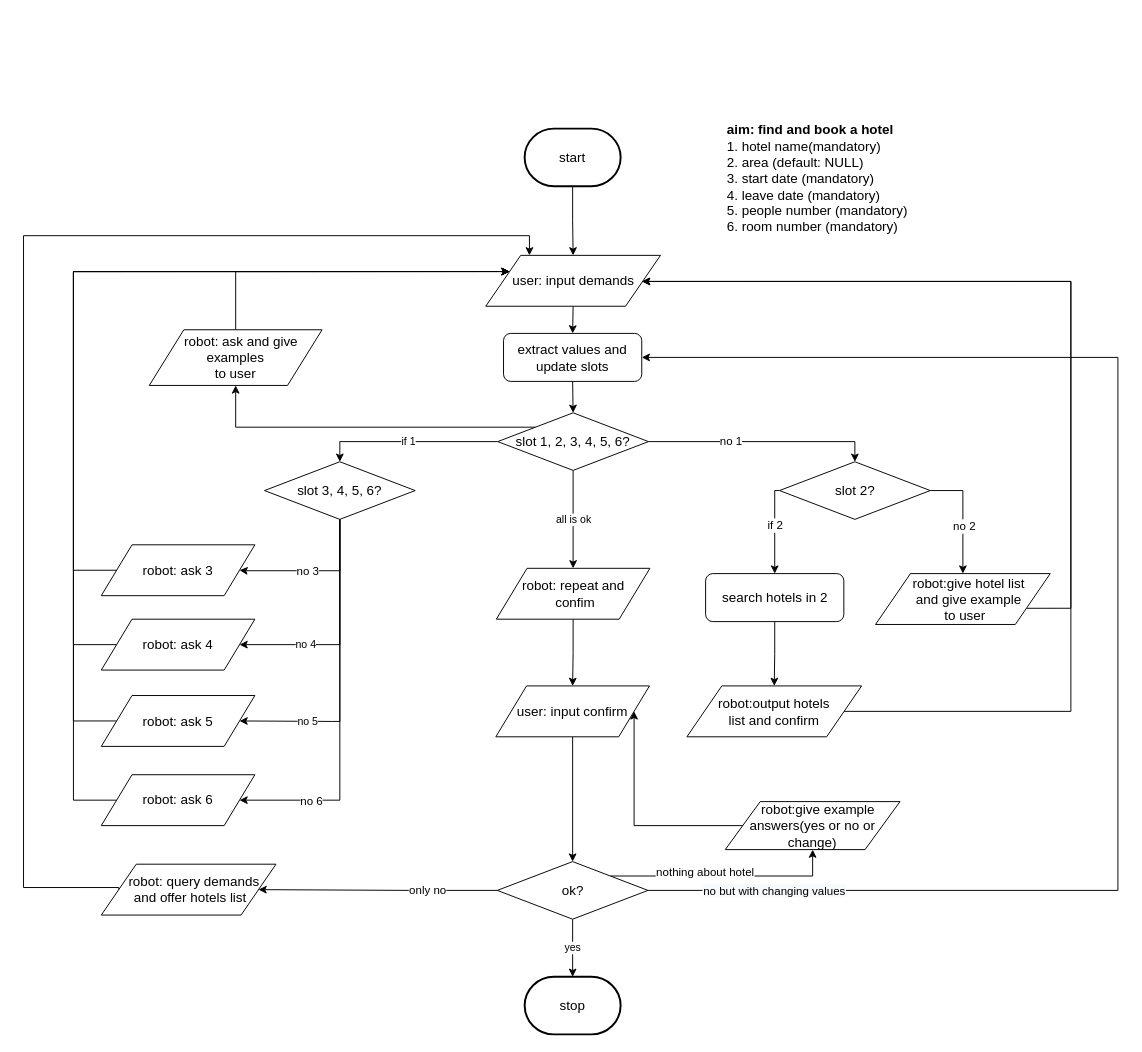
Before: flow_diagram/living.drawio in ricosr/travel_consult_chatbot, a draw.io diagram. Source tidied: cells renumbered, new cells numbered last; positions are measured from the earlier drawing's top-left corner, leaving out a move shared by most shapes. Both pictures are drawn from the tidied source at 96%, with x=0, y=0 at pixel (23, 129).
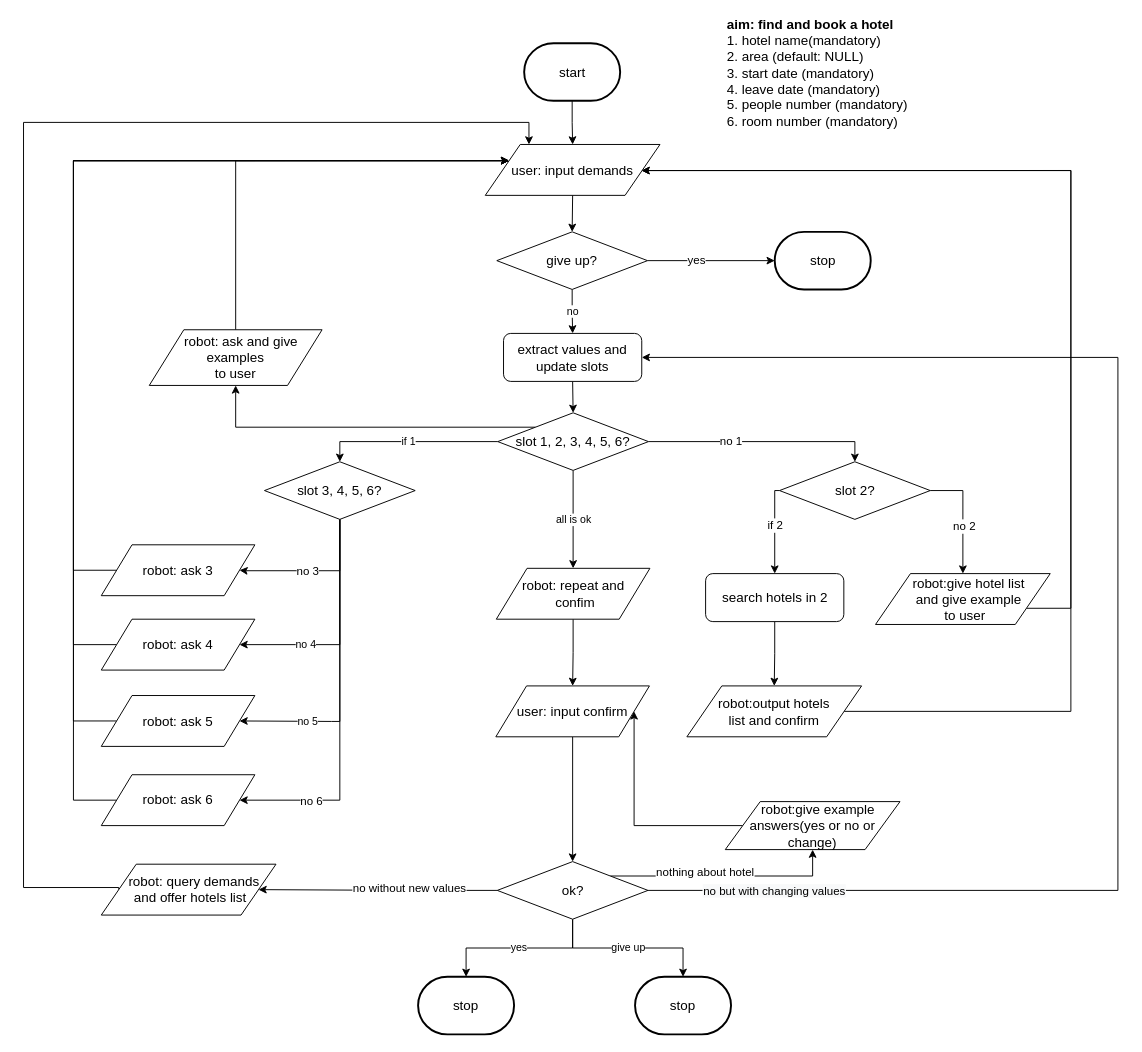
The same diagram, later.

The change refers to these unchanged cells:
```xml
<mxCell id="27" style="edgeStyle=orthogonalEdgeStyle;rounded=0;jettySize=auto;html=1;exitX=0;exitY=0.5;exitDx=0;exitDy=0;entryX=1;entryY=0.5;entryDx=0;entryDy=0;" parent="1" edge="1" source="31" target="33">
  <mxGeometry relative="1" as="geometry">
    <Array as="points">
      <mxPoint x="401" y="793" />
      <mxPoint x="401" y="792" />
    </Array>
  </mxGeometry>
</mxCell>
<mxCell id="31" value="&lt;font style=&quot;font-size: 14px&quot;&gt;ok?&lt;br&gt;&lt;/font&gt;" style="rhombus;whiteSpace=wrap;html=1;" parent="1" vertex="1">
  <mxGeometry x="493.5" y="763" width="157" height="60" as="geometry" />
</mxCell>
<mxCell id="33" value="&lt;font style=&quot;font-size: 14px&quot;&gt;&amp;nbsp; &amp;nbsp;robot:&amp;nbsp;&lt;/font&gt;&lt;span style=&quot;font-size: 14px&quot;&gt;query demands&lt;br&gt;&amp;nbsp;and offer hotels list&lt;/span&gt;" style="shape=parallelogram;perimeter=parallelogramPerimeter;whiteSpace=wrap;html=1;" parent="1" vertex="1">
  <mxGeometry x="81" y="765.7" width="182" height="53" as="geometry" />
</mxCell>
<mxCell id="37" value="&lt;span style=&quot;font-size: 14px&quot;&gt;&amp;nbsp; &amp;nbsp;robot:give hotel list &lt;br&gt;&amp;nbsp; &amp;nbsp;and give example&lt;br&gt;&amp;nbsp;to user&lt;/span&gt;" style="shape=parallelogram;perimeter=parallelogramPerimeter;whiteSpace=wrap;html=1;" parent="1" vertex="1">
  <mxGeometry x="887.5" y="463" width="182" height="53" as="geometry" />
</mxCell>
<mxCell id="38" value="&lt;span style=&quot;font-size: 14px&quot;&gt;robot:output hotels &lt;br&gt;list and confirm&lt;/span&gt;" style="shape=parallelogram;perimeter=parallelogramPerimeter;whiteSpace=wrap;html=1;" parent="1" vertex="1">
  <mxGeometry x="691" y="580" width="182" height="53" as="geometry" />
</mxCell>
<mxCell id="40" value="&lt;span style=&quot;font-size: 14px&quot;&gt;robot: ask 3&lt;/span&gt;" style="shape=parallelogram;perimeter=parallelogramPerimeter;whiteSpace=wrap;html=1;" parent="1" vertex="1">
  <mxGeometry x="81" y="433" width="160" height="53" as="geometry" />
</mxCell>
<mxCell id="42" value="&lt;span style=&quot;font-size: 14px&quot;&gt;robot: ask 4&lt;/span&gt;" style="shape=parallelogram;perimeter=parallelogramPerimeter;whiteSpace=wrap;html=1;" parent="1" vertex="1">
  <mxGeometry x="81" y="510.5" width="160" height="53" as="geometry" />
</mxCell>
<mxCell id="43" value="&lt;span style=&quot;font-size: 14px&quot;&gt;robot: ask 5&lt;/span&gt;" style="shape=parallelogram;perimeter=parallelogramPerimeter;whiteSpace=wrap;html=1;" parent="1" vertex="1">
  <mxGeometry x="81" y="590" width="160" height="53" as="geometry" />
</mxCell>
<mxCell id="44" value="&lt;span style=&quot;font-size: 14px&quot;&gt;robot: ask 6&lt;/span&gt;" style="shape=parallelogram;perimeter=parallelogramPerimeter;whiteSpace=wrap;html=1;" parent="1" vertex="1">
  <mxGeometry x="81" y="672.5" width="160" height="53" as="geometry" />
</mxCell>
<mxCell id="51" value="&lt;font style=&quot;font-size: 14px&quot;&gt;extract values and update slots&lt;/font&gt;" style="rounded=1;whiteSpace=wrap;html=1;" parent="1" vertex="1">
  <mxGeometry x="500" y="212.8" width="144" height="50" as="geometry" />
</mxCell>
<mxCell id="56" value="&lt;span style=&quot;font-size: 14px ; white-space: normal&quot;&gt;&amp;nbsp; &amp;nbsp;robot: ask and give examples &lt;br&gt;to user&lt;/span&gt;" style="shape=parallelogram;perimeter=parallelogramPerimeter;whiteSpace=wrap;html=1;" parent="1" vertex="1">
  <mxGeometry x="131" y="209" width="180" height="58" as="geometry" />
</mxCell>
```

Change to the diagram source:
```diff
@@
     <mxCell id="3" value="&lt;font style=&quot;font-size: 14px&quot;&gt;&lt;b&gt;aim: find and book a hotel&lt;/b&gt;&lt;br&gt;1. hotel name(mandatory)&lt;br&gt;2. area (default: NULL)&lt;br&gt;3. start date (mandatory)&lt;br&gt;4. leave date (mandatory)&lt;br&gt;5. people number (mandatory)&lt;br&gt;6. room number (mandatory)&lt;br&gt;&lt;br&gt;&lt;/font&gt;" style="text;html=1;strokeColor=none;fillColor=none;align=left;verticalAlign=middle;whiteSpace=wrap;rounded=0;" parent="1" vertex="1">
-      <mxGeometry x="731" y="3" width="220" height="113" as="geometry" />
+      <mxGeometry x="731" y="-107" width="220" height="113" as="geometry" />
     </mxCell>
@@
     <mxCell id="16" style="edgeStyle=orthogonalEdgeStyle;rounded=0;jettySize=auto;html=1;exitX=1;exitY=0.75;exitDx=0;exitDy=0;entryX=0.894;entryY=0.512;entryDx=0;entryDy=0;entryPerimeter=0;" parent="1" edge="1" source="37" target="36">
       <mxGeometry relative="1" as="geometry">
         <Array as="points">
+          <mxPoint x="1045" y="500" />
           <mxPoint x="1091" y="500" />
-          <mxPoint x="1091" y="159" />
+          <mxPoint x="1091" y="43" />
         </Array>
       </mxGeometry>
     </mxCell>
@@
     <mxCell id="19" style="edgeStyle=orthogonalEdgeStyle;rounded=0;jettySize=auto;html=1;exitX=1;exitY=0.5;exitDx=0;exitDy=0;entryX=0.895;entryY=0.513;entryDx=0;entryDy=0;entryPerimeter=0;" parent="1" edge="1" source="38" target="36">
       <mxGeometry relative="1" as="geometry">
         <Array as="points">
+          <mxPoint x="855" y="606" />
           <mxPoint x="1091" y="606" />
-          <mxPoint x="1091" y="159" />
+          <mxPoint x="1091" y="43" />
         </Array>
       </mxGeometry>
     </mxCell>
@@
     <mxCell id="21" style="edgeStyle=orthogonalEdgeStyle;rounded=0;jettySize=auto;html=1;exitX=0;exitY=0.5;exitDx=0;exitDy=0;entryX=0;entryY=0.25;entryDx=0;entryDy=0;" parent="1" edge="1" source="43" target="36">
       <mxGeometry relative="1" as="geometry">
         <Array as="points">
           <mxPoint x="52" y="617" />
-          <mxPoint x="52" y="148" />
+          <mxPoint x="52" y="33" />
         </Array>
       </mxGeometry>
     </mxCell>
@@
     <mxCell id="23" style="edgeStyle=orthogonalEdgeStyle;rounded=0;jettySize=auto;html=1;exitX=0;exitY=0.5;exitDx=0;exitDy=0;entryX=0;entryY=0.25;entryDx=0;entryDy=0;" parent="1" edge="1" source="44" target="36">
       <mxGeometry relative="1" as="geometry">
         <Array as="points">
           <mxPoint x="52" y="699" />
-          <mxPoint x="52" y="148" />
+          <mxPoint x="52" y="33" />
         </Array>
       </mxGeometry>
     </mxCell>
@@
-    <mxCell id="28" value="only no" style="text;html=1;align=center;verticalAlign=middle;labelBackgroundColor=#ffffff;" parent="27" vertex="1">
+    <mxCell id="28" value="no without new values" style="text;html=1;align=center;verticalAlign=middle;labelBackgroundColor=#ffffff;" parent="27" vertex="1">
       <mxGeometry x="-0.94" y="2" relative="1" as="geometry">
-        <mxPoint x="-66" y="-2.5" as="offset" />
+        <mxPoint x="-85" y="-5" as="offset" />
       </mxGeometry>
     </mxCell>
@@
+    <mxCell id="60" value="give up" style="edgeStyle=orthogonalEdgeStyle;rounded=0;jettySize=auto;html=1;exitX=0.5;exitY=1;exitDx=0;exitDy=0;entryX=0.5;entryY=0;entryDx=0;entryDy=0;entryPerimeter=0;" parent="1" edge="1" source="31" target="62">
+      <mxGeometry relative="1" as="geometry" />
+    </mxCell>
@@
     <mxCell id="32" style="edgeStyle=orthogonalEdgeStyle;rounded=0;jettySize=auto;html=1;exitX=0;exitY=0.5;exitDx=0;exitDy=0;entryX=0.25;entryY=0;entryDx=0;entryDy=0;" parent="1" edge="1" source="33" target="36">
       <mxGeometry relative="1" as="geometry">
         <Array as="points">
+          <mxPoint x="99" y="790" />
           <mxPoint y="790" />
-          <mxPoint y="111" />
-          <mxPoint x="527" y="111" />
+          <mxPoint y="-7" />
+          <mxPoint x="527" y="-7" />
         </Array>
       </mxGeometry>
     </mxCell>
@@
     <mxCell id="34" value="&lt;span style=&quot;font-size: 14px&quot;&gt;start&lt;/span&gt;" style="strokeWidth=2;html=1;shape=mxgraph.flowchart.terminator;whiteSpace=wrap;" parent="1" vertex="1">
-      <mxGeometry x="522" y="-0.5" width="100" height="60" as="geometry" />
+      <mxGeometry x="521.5" y="-89.5" width="100" height="60" as="geometry" />
     </mxCell>
-    <mxCell id="35" style="edgeStyle=orthogonalEdgeStyle;rounded=0;jettySize=auto;html=1;exitX=0.5;exitY=1;exitDx=0;exitDy=0;entryX=0.5;entryY=0;entryDx=0;entryDy=0;" parent="1" edge="1" source="36" target="51">
-      <mxGeometry relative="1" as="geometry" />
-    </mxCell>
+    <mxCell id="61" style="edgeStyle=orthogonalEdgeStyle;rounded=0;jettySize=auto;html=1;exitX=0.5;exitY=1;exitDx=0;exitDy=0;entryX=0.5;entryY=0;entryDx=0;entryDy=0;" parent="1" edge="1" source="36" target="66">
+      <mxGeometry relative="1" as="geometry" />
+    </mxCell>
     <mxCell id="36" value="&lt;span style=&quot;font-size: 14px&quot;&gt;user: input demands&lt;/span&gt;" style="shape=parallelogram;perimeter=parallelogramPerimeter;whiteSpace=wrap;html=1;" parent="1" vertex="1">
-      <mxGeometry x="481.5" y="131.5" width="182" height="53" as="geometry" />
+      <mxGeometry x="481" y="16" width="182" height="53" as="geometry" />
     </mxCell>
@@
     <mxCell id="39" style="edgeStyle=orthogonalEdgeStyle;rounded=0;jettySize=auto;html=1;exitX=0;exitY=0.5;exitDx=0;exitDy=0;entryX=0;entryY=0.25;entryDx=0;entryDy=0;" parent="1" edge="1" source="40" target="36">
       <mxGeometry relative="1" as="geometry">
         <Array as="points">
+          <mxPoint x="97" y="459" />
           <mxPoint x="52" y="459" />
-          <mxPoint x="52" y="148" />
+          <mxPoint x="52" y="33" />
         </Array>
       </mxGeometry>
     </mxCell>
@@
     <mxCell id="41" style="edgeStyle=orthogonalEdgeStyle;rounded=0;jettySize=auto;html=1;exitX=0;exitY=0.5;exitDx=0;exitDy=0;entryX=0;entryY=0.25;entryDx=0;entryDy=0;" parent="1" edge="1" source="42" target="36">
       <mxGeometry relative="1" as="geometry">
         <Array as="points">
           <mxPoint x="52" y="537" />
-          <mxPoint x="52" y="148" />
+          <mxPoint x="52" y="33" />
         </Array>
       </mxGeometry>
     </mxCell>
@@
     <mxCell id="49" value="&lt;font style=&quot;font-size: 14px&quot;&gt;stop&lt;/font&gt;" style="strokeWidth=2;html=1;shape=mxgraph.flowchart.terminator;whiteSpace=wrap;" parent="1" vertex="1">
-      <mxGeometry x="522" y="883" width="100" height="60" as="geometry" />
+      <mxGeometry x="411" y="883" width="100" height="60" as="geometry" />
     </mxCell>
@@
     <mxCell id="55" style="edgeStyle=orthogonalEdgeStyle;rounded=0;jettySize=auto;html=1;exitX=0.5;exitY=0;exitDx=0;exitDy=0;entryX=0;entryY=0.25;entryDx=0;entryDy=0;" parent="1" edge="1" source="56" target="36">
       <mxGeometry relative="1" as="geometry">
         <Array as="points">
-          <mxPoint x="221" y="148" />
+          <mxPoint x="221" y="33" />
         </Array>
       </mxGeometry>
     </mxCell>
@@
+    <mxCell id="62" value="&lt;font style=&quot;font-size: 14px&quot;&gt;stop&lt;/font&gt;" style="strokeWidth=2;html=1;shape=mxgraph.flowchart.terminator;whiteSpace=wrap;" parent="1" vertex="1">
+      <mxGeometry x="637" y="883" width="100" height="60" as="geometry" />
+    </mxCell>
+    <mxCell id="63" value="no" style="edgeStyle=orthogonalEdgeStyle;rounded=0;jettySize=auto;html=1;exitX=0.5;exitY=1;exitDx=0;exitDy=0;entryX=0.5;entryY=0;entryDx=0;entryDy=0;" parent="1" edge="1" source="66" target="51">
+      <mxGeometry relative="1" as="geometry">
+        <Array as="points">
+          <mxPoint x="572" y="190" />
+        </Array>
+      </mxGeometry>
+    </mxCell>
+    <mxCell id="64" style="edgeStyle=orthogonalEdgeStyle;rounded=0;jettySize=auto;html=1;exitX=1;exitY=0.5;exitDx=0;exitDy=0;entryX=0;entryY=0.5;entryDx=0;entryDy=0;entryPerimeter=0;" parent="1" edge="1" source="66" target="67">
+      <mxGeometry relative="1" as="geometry" />
+    </mxCell>
+    <mxCell id="65" value="yes" style="text;html=1;align=center;verticalAlign=middle;labelBackgroundColor=#ffffff;" parent="64" vertex="1">
+      <mxGeometry x="-0.24" y="1" relative="1" as="geometry" />
+    </mxCell>
+    <mxCell id="66" value="&lt;font style=&quot;font-size: 14px&quot;&gt;give up?&lt;br&gt;&lt;/font&gt;" style="rhombus;whiteSpace=wrap;html=1;" parent="1" vertex="1">
+      <mxGeometry x="493" y="107" width="157" height="60" as="geometry" />
+    </mxCell>
+    <mxCell id="67" value="&lt;font style=&quot;font-size: 14px&quot;&gt;stop&lt;/font&gt;" style="strokeWidth=2;html=1;shape=mxgraph.flowchart.terminator;whiteSpace=wrap;" parent="1" vertex="1">
+      <mxGeometry x="782.5" y="107" width="100" height="60" as="geometry" />
+    </mxCell>
```
